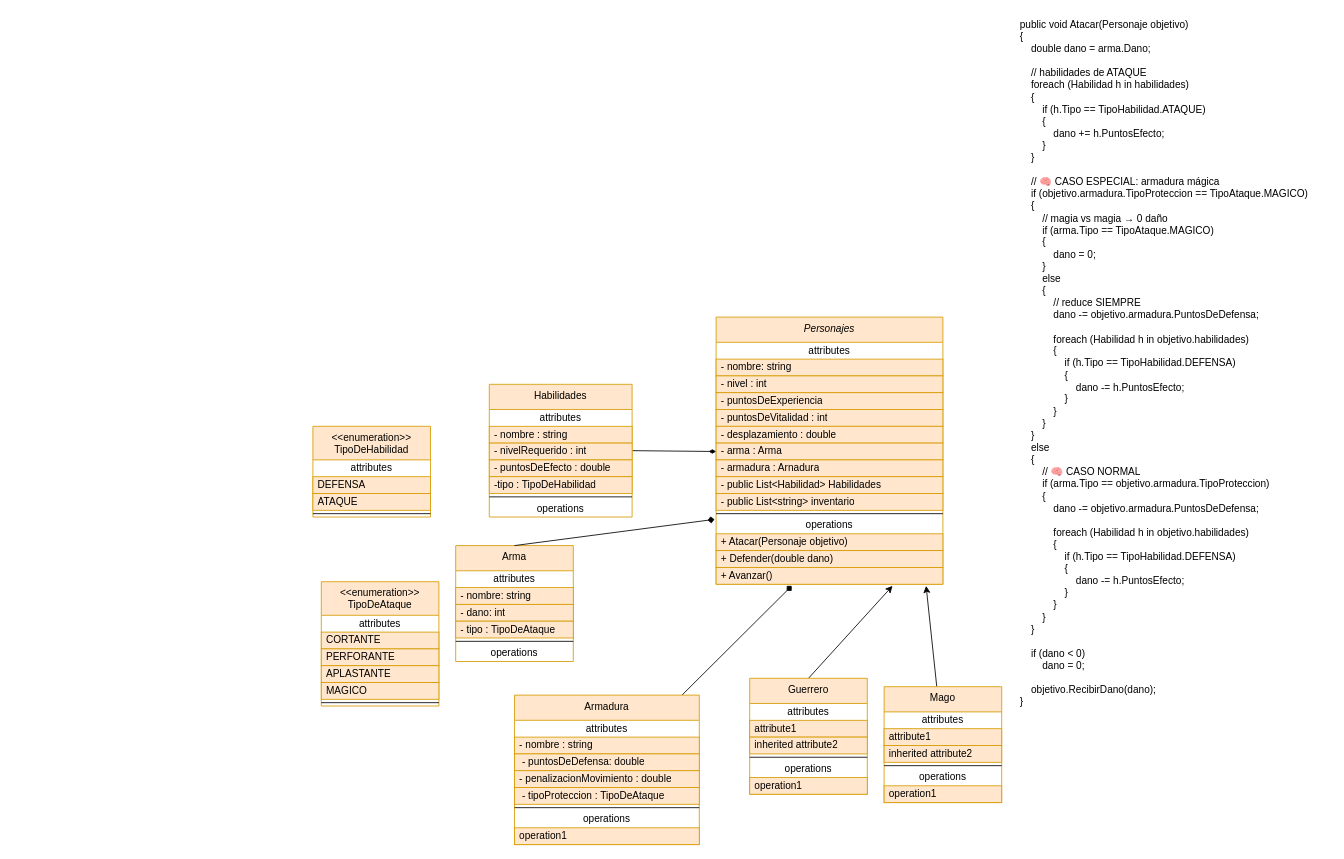
Earlier version of the draw.io diagram Unidad_2_Programacion/guiaEjercicios/Personajes/diagrama/juegos.dio (EdgarSteinberg/UTN-Programacion-II). Source tidied: cells renumbered, new cells numbered last; positions are measured from the earlier drawing's top-left corner, leaving out a move shared by most shapes. Both pictures are drawn from the tidied source at 84%, with x=0, y=0 at pixel (312, 14).
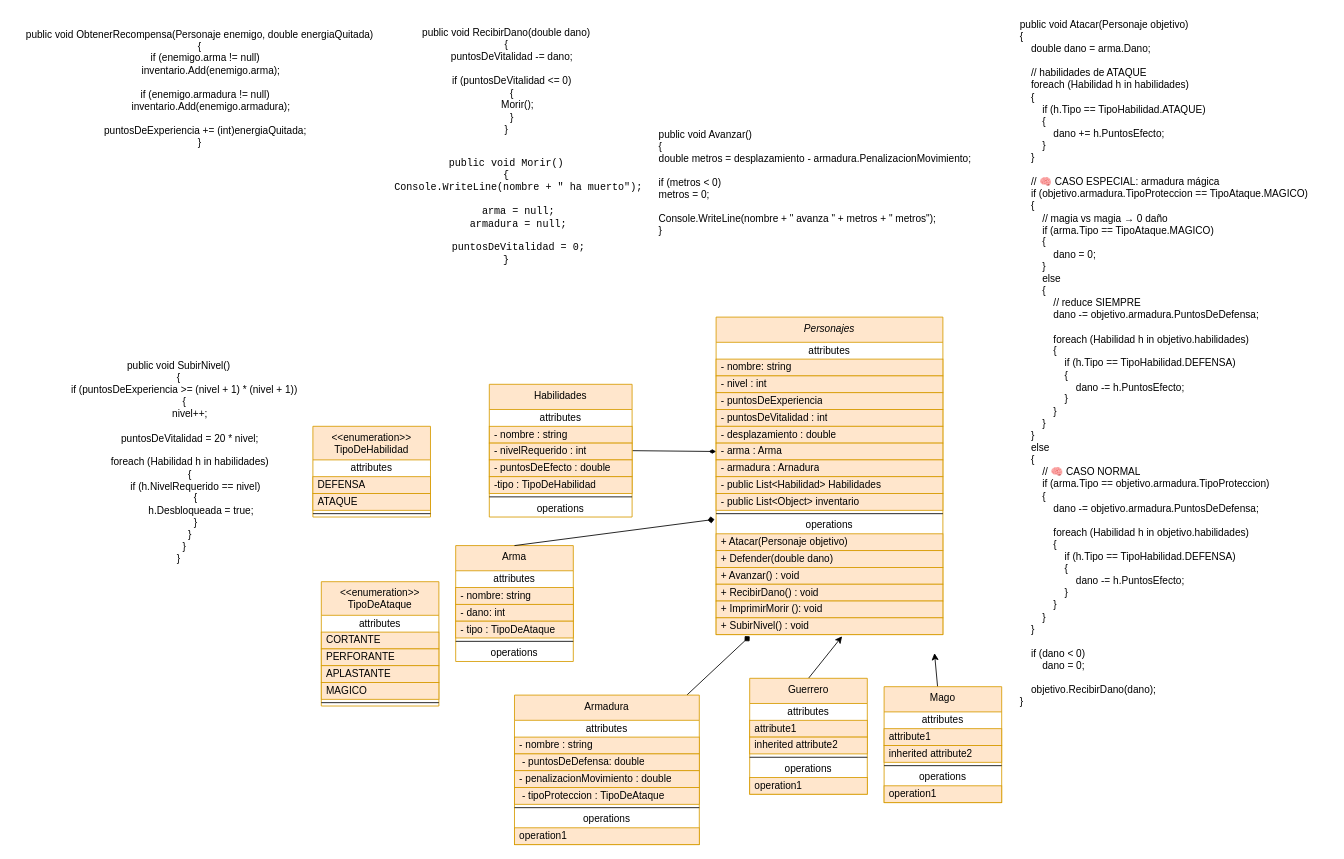
The same page after the edit.

Commit message:
diagrama de clases anadiendo metodo de ataque

The change refers to these unchanged cells:
```xml
<mxCell id="19" value="Guerrero" style="swimlane;fontStyle=0;align=center;verticalAlign=top;horizontal=1;startSize=30;html=1;whiteSpace=wrap;fillColor=#ffe6cc;strokeColor=#d79b00;" parent="1" vertex="1">
  <mxGeometry x="520" y="790" width="140" height="138" as="geometry" />
</mxCell>
<mxCell id="27" value="Mago" style="swimlane;fontStyle=0;align=center;verticalAlign=top;horizontal=1;startSize=30;html=1;whiteSpace=wrap;fillColor=#ffe6cc;strokeColor=#d79b00;" parent="1" vertex="1">
  <mxGeometry x="680" y="800" width="140" height="138" as="geometry" />
</mxCell>
<mxCell id="42" value="Armadura" style="swimlane;fontStyle=0;align=center;verticalAlign=top;horizontal=1;startSize=30;html=1;whiteSpace=wrap;fillColor=#ffe6cc;strokeColor=#d79b00;" parent="1" vertex="1">
  <mxGeometry x="240" y="810" width="220" height="178" as="geometry" />
</mxCell>
```

Diff of the diagram source:
```diff
@@
     <mxCell id="2" value="&lt;i&gt;Personajes&lt;/i&gt;" style="swimlane;fontStyle=0;align=center;verticalAlign=top;horizontal=1;startSize=30;html=1;whiteSpace=wrap;fillColor=#ffe6cc;strokeColor=#d79b00;" parent="1" vertex="1">
-      <mxGeometry x="480" y="360" width="270" height="318" as="geometry" />
+      <mxGeometry x="480" y="360" width="270" height="378" as="geometry" />
     </mxCell>
@@
-    <mxCell id="12" value="- public List&amp;lt;string&amp;gt; inventario" style="text;html=1;strokeColor=#d79b00;fillColor=#ffe6cc;align=left;verticalAlign=middle;spacingLeft=4;spacingRight=4;overflow=hidden;whiteSpace=wrap;" parent="2" vertex="1">
+    <mxCell id="12" value="- public List&amp;lt;Object&amp;gt; inventario" style="text;html=1;strokeColor=#d79b00;fillColor=#ffe6cc;align=left;verticalAlign=middle;spacingLeft=4;spacingRight=4;overflow=hidden;whiteSpace=wrap;" parent="2" vertex="1">
       <mxGeometry y="210" width="270" height="20" as="geometry" />
     </mxCell>
@@
-    <mxCell id="17" value="+ Avanzar()" style="text;html=1;strokeColor=#d79b00;fillColor=#ffe6cc;align=left;verticalAlign=middle;spacingLeft=4;spacingRight=4;overflow=hidden;whiteSpace=wrap;" parent="2" vertex="1">
+    <mxCell id="17" value="+ Avanzar() : void" style="text;html=1;strokeColor=#d79b00;fillColor=#ffe6cc;align=left;verticalAlign=middle;spacingLeft=4;spacingRight=4;overflow=hidden;whiteSpace=wrap;" parent="2" vertex="1">
       <mxGeometry y="298" width="270" height="20" as="geometry" />
     </mxCell>
+    <mxCell id="74" value="+ RecibirDano() : void" style="text;html=1;strokeColor=#d79b00;fillColor=#ffe6cc;align=left;verticalAlign=middle;spacingLeft=4;spacingRight=4;overflow=hidden;whiteSpace=wrap;" parent="2" vertex="1">
+      <mxGeometry y="318" width="270" height="20" as="geometry" />
+    </mxCell>
+    <mxCell id="75" value="+ ImprimirMorir (): void" style="text;html=1;strokeColor=#d79b00;fillColor=#ffe6cc;align=left;verticalAlign=middle;spacingLeft=4;spacingRight=4;overflow=hidden;whiteSpace=wrap;" parent="2" vertex="1">
+      <mxGeometry y="338" width="270" height="20" as="geometry" />
+    </mxCell>
+    <mxCell id="76" value="+ SubirNivel() : void" style="text;html=1;strokeColor=#d79b00;fillColor=#ffe6cc;align=left;verticalAlign=middle;spacingLeft=4;spacingRight=4;overflow=hidden;whiteSpace=wrap;" parent="2" vertex="1">
+      <mxGeometry y="358" width="270" height="20" as="geometry" />
+    </mxCell>
     <mxCell id="18" style="edgeStyle=none;html=1;exitX=0.5;exitY=0;exitDx=0;exitDy=0;" parent="1" edge="1" source="19">
       <mxGeometry relative="1" as="geometry">
-        <mxPoint x="690" y="680" as="targetPoint" />
+        <mxPoint x="630" y="740" as="targetPoint" />
       </mxGeometry>
     </mxCell>
@@
     <mxCell id="26" style="edgeStyle=none;html=1;" parent="1" edge="1" source="27">
       <mxGeometry relative="1" as="geometry">
-        <mxPoint x="730" y="680" as="targetPoint" />
+        <mxPoint x="740" y="760" as="targetPoint" />
       </mxGeometry>
     </mxCell>
@@
     <mxCell id="41" style="edgeStyle=none;html=1;endArrow=diamond;endFill=1;" parent="1" edge="1" source="42">
       <mxGeometry relative="1" as="geometry">
-        <mxPoint x="570" y="680" as="targetPoint" />
+        <mxPoint x="520" y="740" as="targetPoint" />
       </mxGeometry>
     </mxCell>
@@
+    <mxCell id="77" value="&lt;span class=&quot;ͼv&quot;&gt;public&lt;/span&gt; &lt;span class=&quot;ͼv&quot;&gt;void&lt;/span&gt; &lt;span class=&quot;ͼ11&quot;&gt;Avanzar&lt;/span&gt;()&lt;br&gt;{&lt;br&gt;    &lt;span class=&quot;ͼ11&quot;&gt;double&lt;/span&gt; &lt;span class=&quot;ͼ11&quot;&gt;metros&lt;/span&gt; &lt;span class=&quot;ͼv&quot;&gt;=&lt;/span&gt; &lt;span class=&quot;ͼ11&quot;&gt;desplazamiento&lt;/span&gt; &lt;span class=&quot;ͼv&quot;&gt;-&lt;/span&gt; &lt;span class=&quot;ͼ11&quot;&gt;armadura&lt;/span&gt;.&lt;span class=&quot;ͼ11&quot;&gt;PenalizacionMovimiento&lt;/span&gt;;&lt;br&gt;&lt;br&gt;    &lt;span class=&quot;ͼv&quot;&gt;if&lt;/span&gt; (&lt;span class=&quot;ͼ11&quot;&gt;metros&lt;/span&gt; &lt;span class=&quot;ͼv&quot;&gt;&amp;lt;&lt;/span&gt; &lt;span class=&quot;ͼy&quot;&gt;0&lt;/span&gt;)&lt;br&gt;        &lt;span class=&quot;ͼ11&quot;&gt;metros&lt;/span&gt; &lt;span class=&quot;ͼv&quot;&gt;=&lt;/span&gt; &lt;span class=&quot;ͼy&quot;&gt;0&lt;/span&gt;;&lt;br&gt;&lt;br&gt;    &lt;span class=&quot;ͼ11&quot;&gt;Console&lt;/span&gt;.&lt;span class=&quot;ͼ11&quot;&gt;WriteLine&lt;/span&gt;(&lt;span class=&quot;ͼ11&quot;&gt;nombre&lt;/span&gt; &lt;span class=&quot;ͼv&quot;&gt;+&lt;/span&gt; &lt;span class=&quot;ͼz&quot;&gt;&quot; avanza &quot;&lt;/span&gt; &lt;span class=&quot;ͼv&quot;&gt;+&lt;/span&gt; &lt;span class=&quot;ͼ11&quot;&gt;metros&lt;/span&gt; &lt;span class=&quot;ͼv&quot;&gt;+&lt;/span&gt; &lt;span class=&quot;ͼz&quot;&gt;&quot; metros&quot;&lt;/span&gt;);&lt;br&gt;}" style="text;html=1;align=left;verticalAlign=middle;strokeColor=none;fillColor=none;" parent="1" vertex="1">
+      <mxGeometry x="410" y="130" width="400" height="140" as="geometry" />
+    </mxCell>
+    <mxCell id="78" value="&lt;div&gt;&lt;font color=&quot;#000000&quot;&gt;public void RecibirDano(double dano)&lt;/font&gt;&lt;/div&gt;&lt;div&gt;&lt;font color=&quot;#000000&quot;&gt;{&lt;/font&gt;&lt;/div&gt;&lt;div&gt;&lt;font color=&quot;#000000&quot;&gt;&amp;nbsp; &amp;nbsp; puntosDeVitalidad -= dano;&lt;/font&gt;&lt;/div&gt;&lt;div&gt;&lt;font color=&quot;#000000&quot;&gt;&lt;br&gt;&lt;/font&gt;&lt;/div&gt;&lt;div&gt;&lt;font color=&quot;#000000&quot;&gt;&amp;nbsp; &amp;nbsp; if (puntosDeVitalidad &amp;lt;= 0)&lt;/font&gt;&lt;/div&gt;&lt;div&gt;&lt;font color=&quot;#000000&quot;&gt;&amp;nbsp; &amp;nbsp; {&lt;/font&gt;&lt;/div&gt;&lt;div&gt;&lt;font color=&quot;#000000&quot;&gt;&amp;nbsp; &amp;nbsp; &amp;nbsp; &amp;nbsp; Morir();&lt;/font&gt;&lt;/div&gt;&lt;div&gt;&lt;font color=&quot;#000000&quot;&gt;&amp;nbsp; &amp;nbsp; }&lt;/font&gt;&lt;/div&gt;&lt;div&gt;&lt;font color=&quot;#000000&quot;&gt;}&lt;/font&gt;&lt;/div&gt;&lt;div&gt;&lt;font color=&quot;#000000&quot;&gt;&lt;br&gt;&lt;/font&gt;&lt;/div&gt;&lt;div&gt;&lt;font&gt;&lt;div style=&quot;&quot;&gt;&lt;div class=&quot;pointer-events-none absolute inset-x-4 top-12 bottom-4&quot;&gt;&lt;div class=&quot;pointer-events-none sticky z-40 shrink-0 z-1!&quot;&gt;&lt;div class=&quot;sticky bg-token-border-light&quot;&gt;&lt;/div&gt;&lt;/div&gt;&lt;/div&gt;&lt;div class=&quot;relative&quot;&gt;&lt;div class=&quot;&quot;&gt;&lt;div class=&quot;relative z-0 flex max-w-full&quot;&gt;&lt;div class=&quot;q9tKkq_viewer cm-editor z-10 light:cm-light dark:cm-light flex h-full w-full flex-col items-stretch ͼs ͼ16&quot; dir=&quot;ltr&quot; id=&quot;code-block-viewer&quot;&gt;&lt;div class=&quot;cm-scroller&quot;&gt;&lt;pre class=&quot;cm-content q9tKkq_readonly m-0&quot;&gt;&lt;code&gt;&lt;span class=&quot;ͼv&quot;&gt;public&lt;/span&gt; &lt;span class=&quot;ͼv&quot;&gt;void&lt;/span&gt; &lt;span class=&quot;ͼ11&quot;&gt;Morir&lt;/span&gt;()&lt;br&gt;{&lt;br&gt;    &lt;span class=&quot;ͼ11&quot;&gt;Console&lt;/span&gt;.&lt;span class=&quot;ͼ11&quot;&gt;WriteLine&lt;/span&gt;(&lt;span class=&quot;ͼ11&quot;&gt;nombre&lt;/span&gt; &lt;span class=&quot;ͼv&quot;&gt;+&lt;/span&gt; &lt;span class=&quot;ͼz&quot;&gt;&quot; ha muerto&quot;&lt;/span&gt;);&lt;br&gt;&lt;br&gt;    &lt;span class=&quot;ͼ11&quot;&gt;arma&lt;/span&gt; &lt;span class=&quot;ͼv&quot;&gt;=&lt;/span&gt; &lt;span class=&quot;ͼy&quot;&gt;null&lt;/span&gt;;&lt;br&gt;    &lt;span class=&quot;ͼ11&quot;&gt;armadura&lt;/span&gt; &lt;span class=&quot;ͼv&quot;&gt;=&lt;/span&gt; &lt;span class=&quot;ͼy&quot;&gt;null&lt;/span&gt;;&lt;br&gt;&lt;br&gt;    &lt;span class=&quot;ͼ11&quot;&gt;puntosDeVitalidad&lt;/span&gt; &lt;span class=&quot;ͼv&quot;&gt;=&lt;/span&gt; &lt;span class=&quot;ͼy&quot;&gt;0&lt;/span&gt;;&lt;br&gt;}&lt;/code&gt;&lt;/pre&gt;&lt;/div&gt;&lt;/div&gt;&lt;/div&gt;&lt;/div&gt;&lt;/div&gt;&lt;/div&gt;&lt;/font&gt;&lt;/div&gt;" style="text;html=1;align=center;verticalAlign=middle;strokeColor=none;fillColor=none;" parent="1" vertex="1">
+      <mxGeometry x="70" y="8" width="320" height="310" as="geometry" />
+    </mxCell>
+    <mxCell id="79" value="&lt;div&gt;&lt;font color=&quot;#000000&quot;&gt;public void ObtenerRecompensa(Personaje enemigo, double energiaQuitada)&lt;/font&gt;&lt;/div&gt;&lt;div&gt;&lt;font color=&quot;#000000&quot;&gt;{&lt;/font&gt;&lt;/div&gt;&lt;div&gt;&lt;font color=&quot;#000000&quot;&gt;&amp;nbsp; &amp;nbsp; if (enemigo.arma != null)&lt;/font&gt;&lt;/div&gt;&lt;div&gt;&lt;font color=&quot;#000000&quot;&gt;&amp;nbsp; &amp;nbsp; &amp;nbsp; &amp;nbsp; inventario.Add(enemigo.arma);&lt;/font&gt;&lt;/div&gt;&lt;div&gt;&lt;font color=&quot;#000000&quot;&gt;&lt;br&gt;&lt;/font&gt;&lt;/div&gt;&lt;div&gt;&lt;font color=&quot;#000000&quot;&gt;&amp;nbsp; &amp;nbsp; if (enemigo.armadura != null)&lt;/font&gt;&lt;/div&gt;&lt;div&gt;&lt;font color=&quot;#000000&quot;&gt;&amp;nbsp; &amp;nbsp; &amp;nbsp; &amp;nbsp; inventario.Add(enemigo.armadura);&lt;/font&gt;&lt;/div&gt;&lt;div&gt;&lt;font color=&quot;#000000&quot;&gt;&lt;br&gt;&lt;/font&gt;&lt;/div&gt;&lt;div&gt;&lt;font color=&quot;#000000&quot;&gt;&amp;nbsp; &amp;nbsp; puntosDeExperiencia += (int)energiaQuitada;&lt;/font&gt;&lt;/div&gt;&lt;div&gt;&lt;font color=&quot;#000000&quot;&gt;}&lt;/font&gt;&lt;/div&gt;" style="text;html=1;align=center;verticalAlign=middle;strokeColor=none;fillColor=none;" parent="1" vertex="1">
+      <mxGeometry x="-355" y="8" width="440" height="160" as="geometry" />
+    </mxCell>
+    <mxCell id="80" value="&lt;div&gt;&lt;font color=&quot;#000000&quot;&gt;public void SubirNivel()&lt;/font&gt;&lt;/div&gt;&lt;div&gt;&lt;font color=&quot;#000000&quot;&gt;{&lt;/font&gt;&lt;/div&gt;&lt;div&gt;&lt;font color=&quot;#000000&quot;&gt;&amp;nbsp; &amp;nbsp; if (puntosDeExperiencia &amp;gt;= (nivel + 1) * (nivel + 1))&lt;/font&gt;&lt;/div&gt;&lt;div&gt;&lt;font color=&quot;#000000&quot;&gt;&amp;nbsp; &amp;nbsp; {&lt;/font&gt;&lt;/div&gt;&lt;div&gt;&lt;font color=&quot;#000000&quot;&gt;&amp;nbsp; &amp;nbsp; &amp;nbsp; &amp;nbsp; nivel++;&lt;/font&gt;&lt;/div&gt;&lt;div&gt;&lt;font color=&quot;#000000&quot;&gt;&lt;br&gt;&lt;/font&gt;&lt;/div&gt;&lt;div&gt;&lt;font color=&quot;#000000&quot;&gt;&amp;nbsp; &amp;nbsp; &amp;nbsp; &amp;nbsp; puntosDeVitalidad = 20 * nivel;&lt;/font&gt;&lt;/div&gt;&lt;div&gt;&lt;font color=&quot;#000000&quot;&gt;&lt;br&gt;&lt;/font&gt;&lt;/div&gt;&lt;div&gt;&lt;font color=&quot;#000000&quot;&gt;&amp;nbsp; &amp;nbsp; &amp;nbsp; &amp;nbsp; foreach (Habilidad h in habilidades)&lt;/font&gt;&lt;/div&gt;&lt;div&gt;&lt;font color=&quot;#000000&quot;&gt;&amp;nbsp; &amp;nbsp; &amp;nbsp; &amp;nbsp; {&lt;/font&gt;&lt;/div&gt;&lt;div&gt;&lt;font color=&quot;#000000&quot;&gt;&amp;nbsp; &amp;nbsp; &amp;nbsp; &amp;nbsp; &amp;nbsp; &amp;nbsp; if (h.NivelRequerido == nivel)&lt;/font&gt;&lt;/div&gt;&lt;div&gt;&lt;font color=&quot;#000000&quot;&gt;&amp;nbsp; &amp;nbsp; &amp;nbsp; &amp;nbsp; &amp;nbsp; &amp;nbsp; {&lt;/font&gt;&lt;/div&gt;&lt;div&gt;&lt;font color=&quot;#000000&quot;&gt;&amp;nbsp; &amp;nbsp; &amp;nbsp; &amp;nbsp; &amp;nbsp; &amp;nbsp; &amp;nbsp; &amp;nbsp; h.Desbloqueada = true;&lt;/font&gt;&lt;/div&gt;&lt;div&gt;&lt;font color=&quot;#000000&quot;&gt;&amp;nbsp; &amp;nbsp; &amp;nbsp; &amp;nbsp; &amp;nbsp; &amp;nbsp; }&lt;/font&gt;&lt;/div&gt;&lt;div&gt;&lt;font color=&quot;#000000&quot;&gt;&amp;nbsp; &amp;nbsp; &amp;nbsp; &amp;nbsp; }&lt;/font&gt;&lt;/div&gt;&lt;div&gt;&lt;font color=&quot;#000000&quot;&gt;&amp;nbsp; &amp;nbsp; }&lt;/font&gt;&lt;/div&gt;&lt;div&gt;&lt;font color=&quot;#000000&quot;&gt;}&lt;/font&gt;&lt;/div&gt;" style="text;html=1;align=center;verticalAlign=middle;strokeColor=none;fillColor=none;" parent="1" vertex="1">
+      <mxGeometry x="-315" y="403" width="310" height="260" as="geometry" />
+    </mxCell>
```
